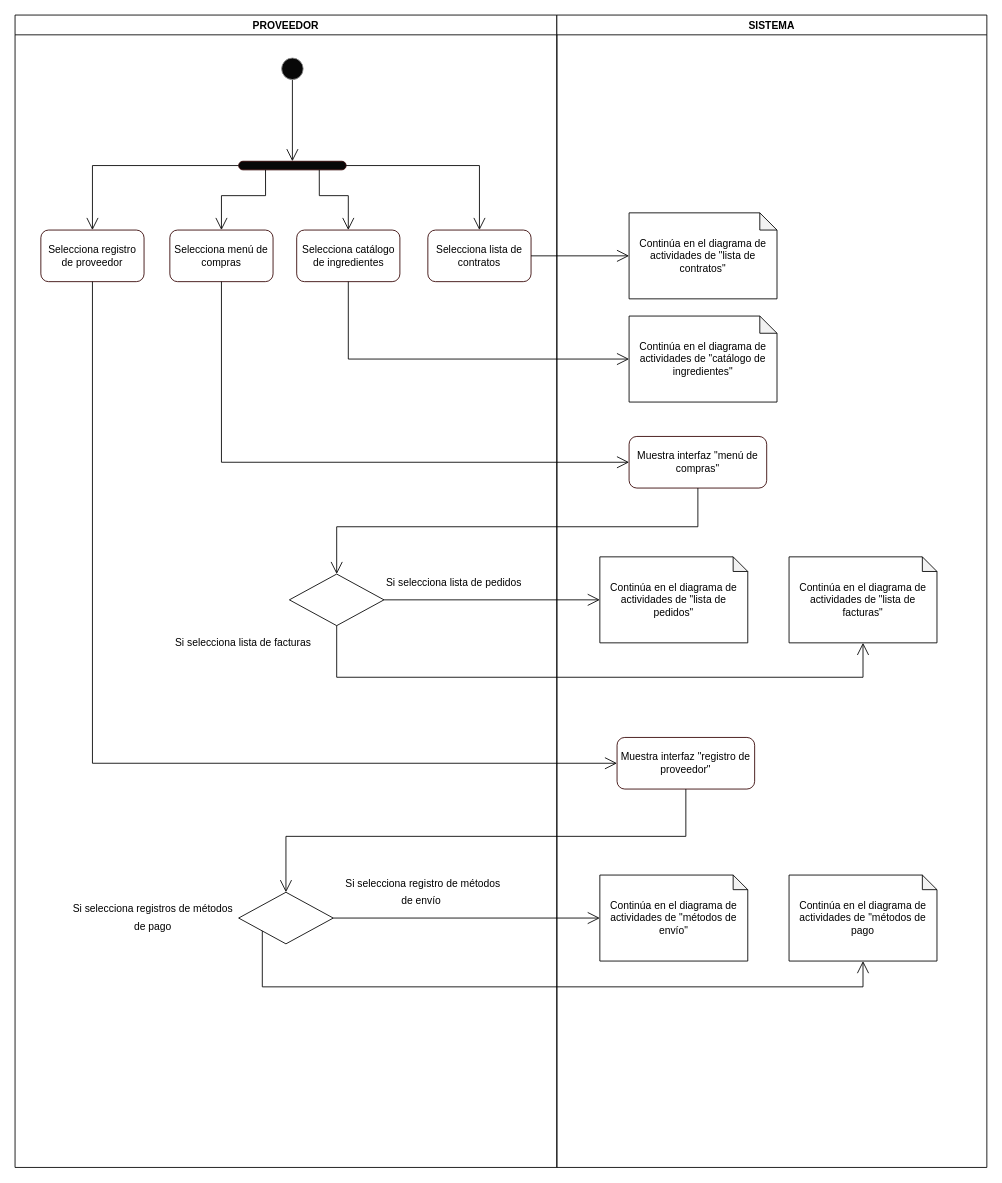
Above: Documentos Entrega 1/Diagramas de Actividades/draw/1. Registro de Proveedores.drawio in rsca7213/SBD1-Perfumeria (draw.io), before the change. Source tidied: cells renumbered, new cells numbered last; positions are measured from the earlier drawing's top-left corner, leaving out a move shared by most shapes. Both pictures are drawn from the tidied source at 86%, with x=0, y=0 at pixel (15, 15).
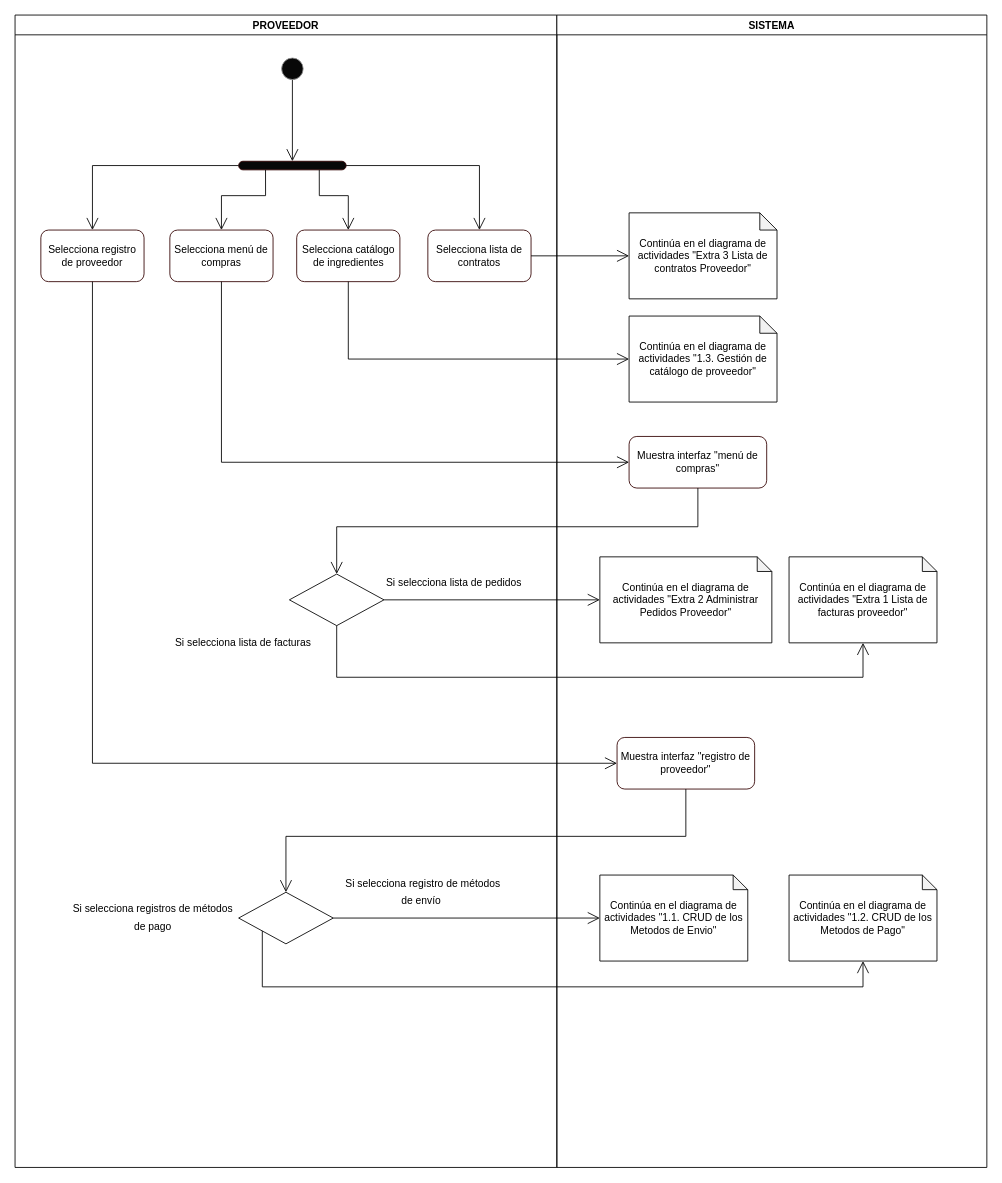
Above is the later version.

The change refers to these unchanged cells:
```xml
<mxCell id="24" value="SISTEMA" style="swimlane;gradientColor=none;" parent="1" vertex="1">
  <mxGeometry x="630" width="500" height="1340" as="geometry" />
</mxCell>
```

Change to the diagram source:
```diff
@@
-    <mxCell id="25" value="Continúa en el diagrama de actividades de &quot;lista de contratos&quot;" style="shape=note;whiteSpace=wrap;html=1;backgroundOutline=1;darkOpacity=0.05;size=20;" parent="24" vertex="1">
+    <mxCell id="25" value="Continúa en el diagrama de actividades &quot;Extra 3 Lista de contratos Proveedor&quot;" style="shape=note;whiteSpace=wrap;html=1;backgroundOutline=1;darkOpacity=0.05;size=20;" parent="24" vertex="1">
       <mxGeometry x="84" y="230" width="172" height="100" as="geometry" />
     </mxCell>
-    <mxCell id="26" value="Continúa en el diagrama de actividades de &quot;catálogo de ingredientes&quot;" style="shape=note;whiteSpace=wrap;html=1;backgroundOutline=1;darkOpacity=0.05;size=20;" parent="24" vertex="1">
+    <mxCell id="26" value="Continúa en el diagrama de actividades &quot;1.3. Gestión de catálogo de proveedor&quot;" style="shape=note;whiteSpace=wrap;html=1;backgroundOutline=1;darkOpacity=0.05;size=20;" parent="24" vertex="1">
       <mxGeometry x="84" y="350" width="172" height="100" as="geometry" />
     </mxCell>
@@
-    <mxCell id="28" value="Continúa en el diagrama de actividades de &quot;métodos de envío&quot;" style="shape=note;whiteSpace=wrap;html=1;backgroundOutline=1;darkOpacity=0.05;size=17;" parent="24" vertex="1">
+    <mxCell id="28" value="Continúa en el diagrama de actividades &quot;1.1. CRUD de los Metodos de Envio&quot;" style="shape=note;whiteSpace=wrap;html=1;backgroundOutline=1;darkOpacity=0.05;size=17;" parent="24" vertex="1">
       <mxGeometry x="50" y="1000" width="172" height="100" as="geometry" />
     </mxCell>
-    <mxCell id="29" value="Continúa en el diagrama de actividades de &quot;métodos de pago" style="shape=note;whiteSpace=wrap;html=1;backgroundOutline=1;darkOpacity=0.05;size=17;" parent="24" vertex="1">
+    <mxCell id="29" value="Continúa en el diagrama de actividades &quot;1.2. CRUD de los Metodos de Pago&quot;" style="shape=note;whiteSpace=wrap;html=1;backgroundOutline=1;darkOpacity=0.05;size=17;" parent="24" vertex="1">
       <mxGeometry x="270" y="1000" width="172" height="100" as="geometry" />
     </mxCell>
@@
-    <mxCell id="31" value="Continúa en el diagrama de actividades de &quot;lista de pedidos&quot;" style="shape=note;whiteSpace=wrap;html=1;backgroundOutline=1;darkOpacity=0.05;size=17;" parent="24" vertex="1">
-      <mxGeometry x="50" y="630" width="172" height="100" as="geometry" />
+    <mxCell id="31" value="Continúa en el diagrama de actividades &quot;Extra 2 Administrar Pedidos Proveedor&quot;" style="shape=note;whiteSpace=wrap;html=1;backgroundOutline=1;darkOpacity=0.05;size=17;" parent="24" vertex="1">
+      <mxGeometry x="50" y="630" width="200" height="100" as="geometry" />
     </mxCell>
-    <mxCell id="32" value="Continúa en el diagrama de actividades de &quot;lista de facturas&quot;" style="shape=note;whiteSpace=wrap;html=1;backgroundOutline=1;darkOpacity=0.05;size=17;" parent="24" vertex="1">
+    <mxCell id="32" value="Continúa en el diagrama de actividades &quot;Extra 1 Lista de facturas proveedor&quot;" style="shape=note;whiteSpace=wrap;html=1;backgroundOutline=1;darkOpacity=0.05;size=17;" parent="24" vertex="1">
       <mxGeometry x="270" y="630" width="172" height="100" as="geometry" />
     </mxCell>
```
